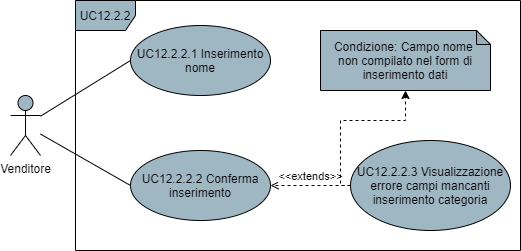
Earlier version of the draw.io export DocumentazioneEsterna/AnalisiDeiRequisiti/res/UseCase/Immagini/InserimentoCategoria.png (Omicron-Team/Documentazione). Source tidied: cells renumbered, new cells last; positions are measured from the earlier drawing's top-left corner, leaving out a move shared by most shapes.
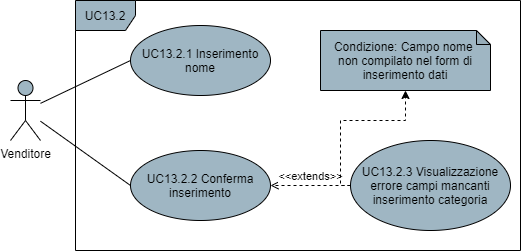
Later version of the same file.

Diff of the diagram source:
```diff
@@ -9,15 +9,15 @@
       <mxGeometry relative="1" as="geometry" />
     </mxCell>
     <mxCell id="4" value="Venditore" style="shape=umlActor;verticalLabelPosition=bottom;verticalAlign=top;html=1;fillColor=#9FB6C3;" parent="1" vertex="1">
-      <mxGeometry y="95" width="30" height="60" as="geometry" />
+      <mxGeometry y="80" width="30" height="60" as="geometry" />
     </mxCell>
-    <mxCell id="5" value="UC12.2.2" style="shape=umlFrame;whiteSpace=wrap;html=1;fillColor=#9FB6C3;" parent="1" vertex="1">
+    <mxCell id="5" value="UC13.2" style="shape=umlFrame;whiteSpace=wrap;html=1;fillColor=#9FB6C3;" parent="1" vertex="1">
       <mxGeometry x="65" width="445" height="250" as="geometry" />
     </mxCell>
-    <mxCell id="6" value="UC12.2.2.1 Inserimento nome" style="ellipse;whiteSpace=wrap;html=1;fillColor=#9FB6C3;" parent="1" vertex="1">
+    <mxCell id="6" value="UC13.2.1 Inserimento nome" style="ellipse;whiteSpace=wrap;html=1;fillColor=#9FB6C3;" parent="1" vertex="1">
       <mxGeometry x="120" y="25" width="140" height="70" as="geometry" />
     </mxCell>
-    <mxCell id="7" value="UC12.2.2.2 Conferma inserimento" style="ellipse;whiteSpace=wrap;html=1;fillColor=#9FB6C3;" parent="1" vertex="1">
+    <mxCell id="7" value="UC13.2.2 Conferma inserimento" style="ellipse;whiteSpace=wrap;html=1;fillColor=#9FB6C3;" parent="1" vertex="1">
       <mxGeometry x="120" y="150" width="140" height="70" as="geometry" />
     </mxCell>
     <mxCell id="8" value="&amp;lt;&amp;lt;extends&amp;gt;&amp;gt;" style="edgeStyle=orthogonalEdgeStyle;rounded=0;jettySize=auto;html=1;exitX=0;exitY=0.5;exitDx=0;exitDy=0;entryX=1;entryY=0.5;entryDx=0;entryDy=0;endArrow=open;endFill=0;dashed=1;verticalAlign=bottom;align=center;" parent="1" edge="1" source="9" target="7">
@@ -27,7 +27,7 @@
         </Array>
       </mxGeometry>
     </mxCell>
-    <mxCell id="9" value="UC12.2.2.3 Visualizzazione errore campi mancanti inserimento categoria" style="ellipse;whiteSpace=wrap;html=1;fillColor=#9FB6C3;" parent="1" vertex="1">
+    <mxCell id="9" value="UC13.2.3 Visualizzazione errore campi mancanti inserimento categoria" style="ellipse;whiteSpace=wrap;html=1;fillColor=#9FB6C3;" parent="1" vertex="1">
       <mxGeometry x="340" y="140" width="160" height="90" as="geometry" />
     </mxCell>
     <mxCell id="10" value="Condizione: Campo nome &lt;br&gt;non compilato nel form di inserimento dati" style="shape=note;whiteSpace=wrap;html=1;backgroundOutline=1;darkOpacity=0.05;size=14;fillColor=#9FB6C3;" parent="1" vertex="1">
```
